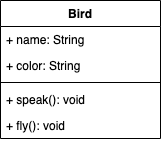
Earlier version of the draw.io export solutions/activity_2_exercise_2.3.png (sheryjebu/introduction-to-oop). Source tidied: cells renumbered, new cells last; positions are measured from the earlier drawing's top-left corner, leaving out a move shared by most shapes.
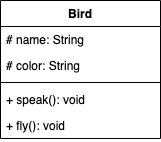
Above is the later version.

Change to the diagram source:
```diff
@@ -5,10 +5,10 @@
     <mxCell id="2" value="Bird" style="swimlane;fontStyle=1;align=center;verticalAlign=top;horizontal=1;startSize=26;" parent="1" vertex="1">
       <mxGeometry width="160" height="138" as="geometry" />
     </mxCell>
-    <mxCell id="3" value="+ name: String" style="text;strokeColor=none;fillColor=none;align=left;verticalAlign=top;spacingLeft=4;spacingRight=4;overflow=hidden;" parent="2" vertex="1">
+    <mxCell id="3" value="# name: String" style="text;strokeColor=none;fillColor=none;align=left;verticalAlign=top;spacingLeft=4;spacingRight=4;overflow=hidden;" parent="2" vertex="1">
       <mxGeometry y="26" width="160" height="26" as="geometry" />
     </mxCell>
-    <mxCell id="4" value="+ color: String" style="text;strokeColor=none;fillColor=none;align=left;verticalAlign=top;spacingLeft=4;spacingRight=4;overflow=hidden;" parent="2" vertex="1">
+    <mxCell id="4" value="# color: String" style="text;strokeColor=none;fillColor=none;align=left;verticalAlign=top;spacingLeft=4;spacingRight=4;overflow=hidden;" parent="2" vertex="1">
       <mxGeometry y="52" width="160" height="26" as="geometry" />
     </mxCell>
     <mxCell id="5" style="line;strokeWidth=1;fillColor=none;align=left;verticalAlign=middle;spacingTop=-1;spacingLeft=3;spacingRight=3;labelPosition=right;" parent="2" vertex="1">
```
